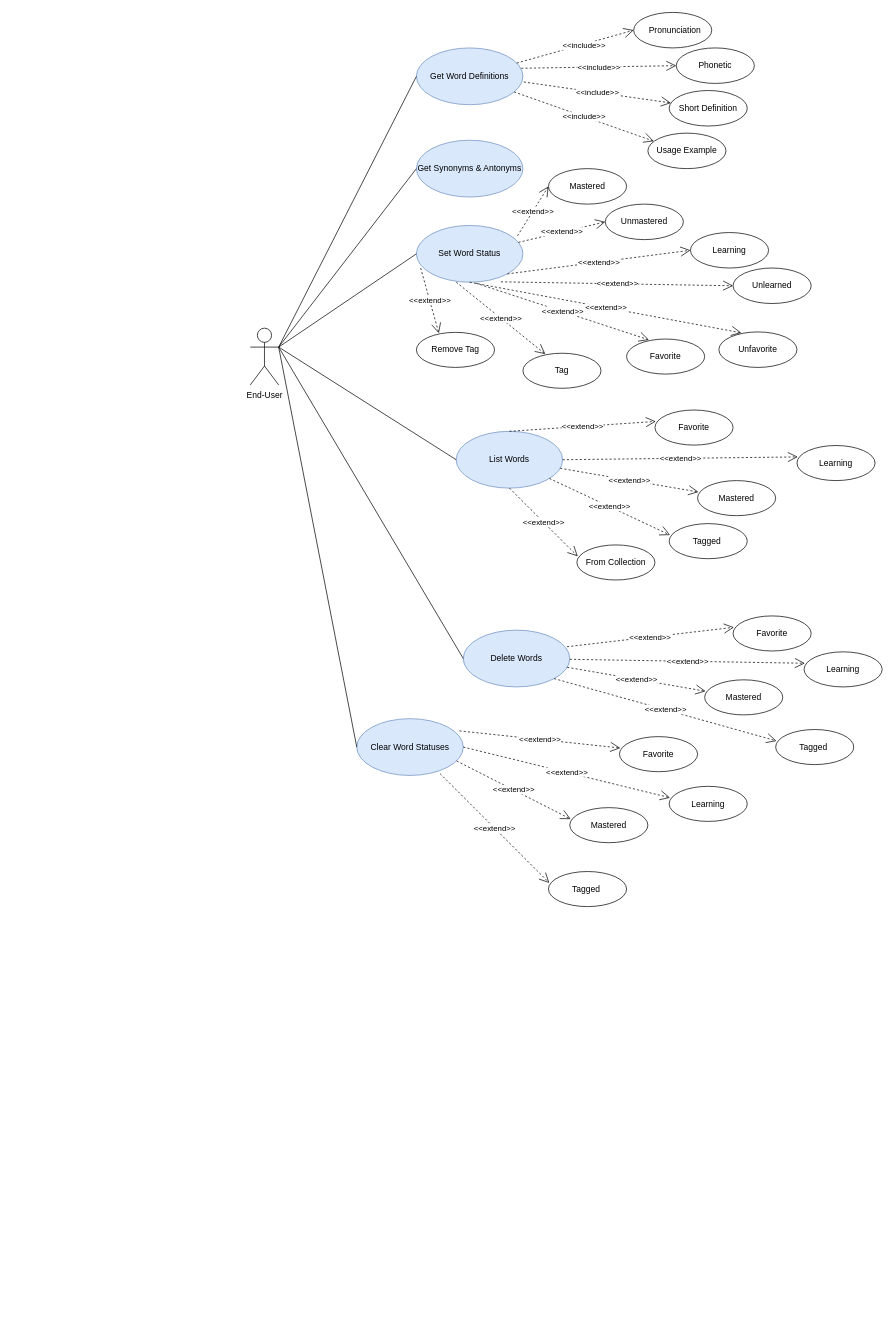
Above: project_stuff/UML Diagrams/UseCaseDiagram.drawio in HighnessAtharva/VocabCLI (draw.io), before the change. Source tidied: cells renumbered, new cells numbered last; positions are measured from the earlier drawing's top-left corner, leaving out a move shared by most shapes. Both pictures are drawn from the tidied source at 71%, with x=0, y=0 at pixel (250, 12).
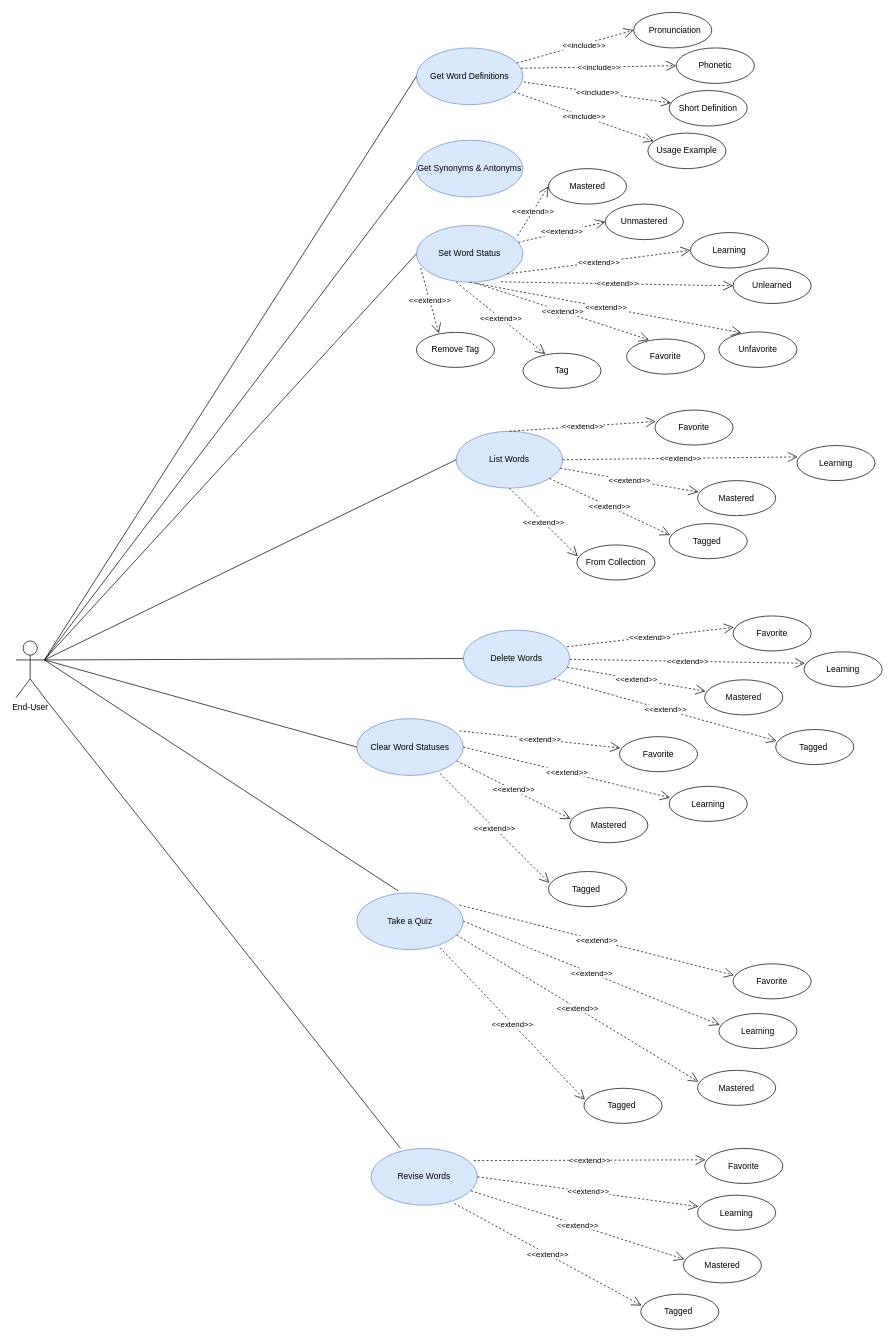
Above is the later version.

The edit, as a diff of the source:
```diff
@@
     <mxCell id="5" value="End-User" style="shape=umlActor;verticalLabelPosition=bottom;verticalAlign=top;html=1;outlineConnect=0;" parent="1" vertex="1">
-      <mxGeometry y="444.7" width="40" height="80" as="geometry" />
+      <mxGeometry x="-330" y="885.3" width="40" height="80" as="geometry" />
     </mxCell>
@@
+    <mxCell id="65" value="Take a Quiz" style="ellipse;whiteSpace=wrap;html=1;fillColor=#dae8fc;strokeColor=#6c8ebf;" parent="1" vertex="1">
+      <mxGeometry x="150" y="1240" width="150" height="80" as="geometry" />
+    </mxCell>
+    <mxCell id="66" value="&amp;lt;&amp;lt;extend&amp;gt;&amp;gt;" style="endArrow=open;endSize=12;dashed=1;html=1;rounded=0;entryX=0.011;entryY=0.325;entryDx=0;entryDy=0;entryPerimeter=0;exitX=0.964;exitY=0.215;exitDx=0;exitDy=0;exitPerimeter=0;" parent="1" edge="1" source="65" target="67">
+      <mxGeometry relative="1" as="geometry" />
+    </mxCell>
+    <mxCell id="67" value="Favorite" style="ellipse;whiteSpace=wrap;html=1;" parent="1" vertex="1">
+      <mxGeometry x="680" y="1340" width="110" height="49.4" as="geometry" />
+    </mxCell>
+    <mxCell id="68" value="&amp;lt;&amp;lt;extend&amp;gt;&amp;gt;" style="endArrow=open;endSize=12;dashed=1;html=1;rounded=0;entryX=0.011;entryY=0.325;entryDx=0;entryDy=0;entryPerimeter=0;exitX=1;exitY=0.5;exitDx=0;exitDy=0;" parent="1" edge="1" source="65" target="69">
+      <mxGeometry relative="1" as="geometry" />
+    </mxCell>
+    <mxCell id="69" value="Learning" style="ellipse;whiteSpace=wrap;html=1;" parent="1" vertex="1">
+      <mxGeometry x="660" y="1410" width="110" height="49.4" as="geometry" />
+    </mxCell>
+    <mxCell id="70" value="&amp;lt;&amp;lt;extend&amp;gt;&amp;gt;" style="endArrow=open;endSize=12;dashed=1;html=1;rounded=0;entryX=0.011;entryY=0.325;entryDx=0;entryDy=0;entryPerimeter=0;exitX=0.938;exitY=0.745;exitDx=0;exitDy=0;exitPerimeter=0;" parent="1" edge="1" source="65" target="71">
+      <mxGeometry relative="1" as="geometry" />
+    </mxCell>
+    <mxCell id="71" value="Mastered" style="ellipse;whiteSpace=wrap;html=1;" parent="1" vertex="1">
+      <mxGeometry x="630" y="1490" width="110" height="49.4" as="geometry" />
+    </mxCell>
+    <mxCell id="72" value="&amp;lt;&amp;lt;extend&amp;gt;&amp;gt;" style="endArrow=open;endSize=12;dashed=1;html=1;rounded=0;entryX=0.011;entryY=0.325;entryDx=0;entryDy=0;entryPerimeter=0;exitX=0.782;exitY=0.968;exitDx=0;exitDy=0;exitPerimeter=0;" parent="1" edge="1" source="65" target="73">
+      <mxGeometry relative="1" as="geometry" />
+    </mxCell>
+    <mxCell id="73" value="Tagged&amp;nbsp;" style="ellipse;whiteSpace=wrap;html=1;" parent="1" vertex="1">
+      <mxGeometry x="470" y="1515.3" width="110" height="49.4" as="geometry" />
+    </mxCell>
+    <mxCell id="74" value="Revise Words" style="ellipse;whiteSpace=wrap;html=1;fillColor=#dae8fc;strokeColor=#6c8ebf;" parent="1" vertex="1">
+      <mxGeometry x="170" y="1600" width="150" height="80" as="geometry" />
+    </mxCell>
+    <mxCell id="75" value="&amp;lt;&amp;lt;extend&amp;gt;&amp;gt;" style="endArrow=open;endSize=12;dashed=1;html=1;rounded=0;entryX=0.011;entryY=0.325;entryDx=0;entryDy=0;entryPerimeter=0;exitX=0.964;exitY=0.215;exitDx=0;exitDy=0;exitPerimeter=0;" parent="1" edge="1" source="74" target="76">
+      <mxGeometry relative="1" as="geometry" />
+    </mxCell>
+    <mxCell id="76" value="Favorite" style="ellipse;whiteSpace=wrap;html=1;" parent="1" vertex="1">
+      <mxGeometry x="640" y="1600" width="110" height="49.4" as="geometry" />
+    </mxCell>
+    <mxCell id="77" value="&amp;lt;&amp;lt;extend&amp;gt;&amp;gt;" style="endArrow=open;endSize=12;dashed=1;html=1;rounded=0;entryX=0.011;entryY=0.325;entryDx=0;entryDy=0;entryPerimeter=0;exitX=1;exitY=0.5;exitDx=0;exitDy=0;" parent="1" edge="1" source="74" target="78">
+      <mxGeometry relative="1" as="geometry" />
+    </mxCell>
+    <mxCell id="78" value="Learning" style="ellipse;whiteSpace=wrap;html=1;" parent="1" vertex="1">
+      <mxGeometry x="630" y="1665.8" width="110" height="49.4" as="geometry" />
+    </mxCell>
+    <mxCell id="79" value="&amp;lt;&amp;lt;extend&amp;gt;&amp;gt;" style="endArrow=open;endSize=12;dashed=1;html=1;rounded=0;entryX=0.011;entryY=0.325;entryDx=0;entryDy=0;entryPerimeter=0;exitX=0.938;exitY=0.745;exitDx=0;exitDy=0;exitPerimeter=0;" parent="1" edge="1" source="74" target="80">
+      <mxGeometry relative="1" as="geometry" />
+    </mxCell>
+    <mxCell id="80" value="Mastered" style="ellipse;whiteSpace=wrap;html=1;" parent="1" vertex="1">
+      <mxGeometry x="610" y="1740" width="110" height="49.4" as="geometry" />
+    </mxCell>
+    <mxCell id="81" value="&amp;lt;&amp;lt;extend&amp;gt;&amp;gt;" style="endArrow=open;endSize=12;dashed=1;html=1;rounded=0;entryX=0.011;entryY=0.325;entryDx=0;entryDy=0;entryPerimeter=0;exitX=0.782;exitY=0.968;exitDx=0;exitDy=0;exitPerimeter=0;" parent="1" edge="1" source="74" target="82">
+      <mxGeometry relative="1" as="geometry" />
+    </mxCell>
+    <mxCell id="82" value="Tagged&amp;nbsp;" style="ellipse;whiteSpace=wrap;html=1;" parent="1" vertex="1">
+      <mxGeometry x="550" y="1805.3" width="110" height="49.4" as="geometry" />
+    </mxCell>
+    <mxCell id="83" style="endArrow=none;html=1;rounded=0;entryX=0.387;entryY=-0.036;entryDx=0;entryDy=0;exitX=1;exitY=0.3333333333333333;exitDx=0;exitDy=0;exitPerimeter=0;entryPerimeter=0;" parent="1" edge="1" source="5" target="65">
+      <mxGeometry relative="1" as="geometry" />
+    </mxCell>
+    <mxCell id="84" style="endArrow=none;html=1;rounded=0;entryX=0.277;entryY=-0.002;entryDx=0;entryDy=0;exitX=1;exitY=1;exitDx=0;exitDy=0;exitPerimeter=0;entryPerimeter=0;" parent="1" edge="1" source="5" target="74">
+      <mxGeometry relative="1" as="geometry" />
+    </mxCell>
```
